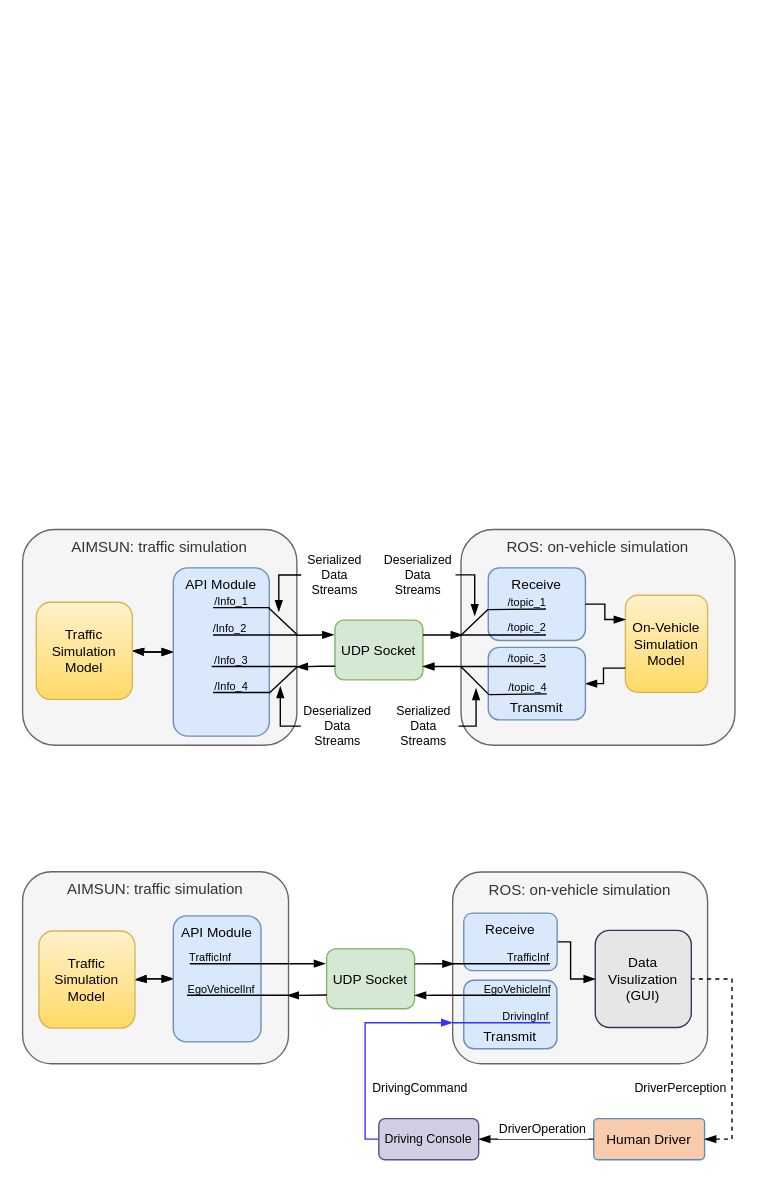
Earlier version of the draw.io diagram page "Page-1" (1 of 2) of 2021_MECC_Gao_ ROS AIMSUN Bridge/ROS_AIMSUN_Bridge.drawio (LimingGao/draw_io). Source tidied: cells renumbered, new cells numbered last; positions are measured from the earlier drawing's top-left corner, leaving out a move shared by most shapes. Both pictures are drawn from the tidied source at 137%, with x=0, y=0 at pixel (22, 529). Pictures stored in the file or linked from it are replaced by grey dashed boxes.
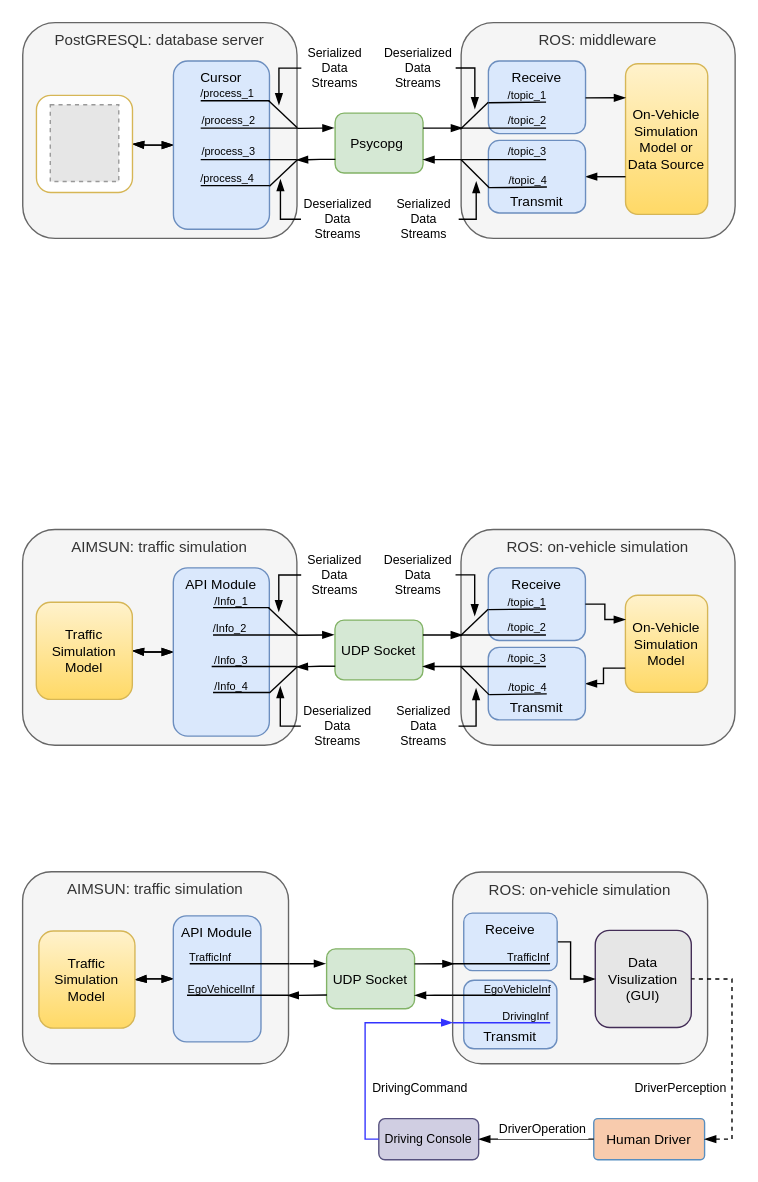
Above is the later version.

The edit, as a diff of the source:
```diff
@@
+    <mxCell id="79" value="PostGRESQL: database server" style="rounded=1;align=center;verticalAlign=top;fontSize=11;fontStyle=0;strokeColor=#666666;fillColor=#f5f5f5;fontColor=#333333;glass=0;" parent="1" vertex="1">
+      <mxGeometry x="0.1" y="-370" width="200.2" height="157.5" as="geometry" />
+    </mxCell>
+    <mxCell id="80" style="edgeStyle=orthogonalEdgeStyle;rounded=0;jettySize=auto;endArrow=blockThin;endFill=1;startArrow=blockThin;startFill=1;" parent="1" edge="1" source="82" target="83">
+      <mxGeometry relative="1" as="geometry" />
+    </mxCell>
+    <mxCell id="81" style="edgeStyle=orthogonalEdgeStyle;rounded=0;jettySize=auto;startArrow=blockThin;startFill=1;endArrow=blockThin;endFill=1;strokeWidth=1;" parent="1" edge="1" source="82" target="83">
+      <mxGeometry relative="1" as="geometry" />
+    </mxCell>
+    <mxCell id="82" value="Cursor" style="rounded=1;align=center;verticalAlign=top;fontSize=10;fontStyle=0;fillColor=#dae8fc;strokeColor=#6c8ebf;" parent="1" vertex="1">
+      <mxGeometry x="110.1" y="-342" width="70.1" height="122.8" as="geometry" />
+    </mxCell>
+    <mxCell id="83" style="rounded=1;align=center;verticalAlign=middle;fontSize=10;fontStyle=0;fillColor=#FFFFFF;strokeColor=#d6b656;gradientColor=none;" parent="1" vertex="1">
+      <mxGeometry x="10.1" y="-316.9" width="70.1" height="70.9" as="geometry" />
+    </mxCell>
+    <mxCell id="84" value="Psycopg " style="rounded=1;align=center;verticalAlign=middle;fillColor=#d5e8d4;strokeColor=#82b366;fontSize=10;fontStyle=0;" parent="1" vertex="1">
+      <mxGeometry x="228.1" y="-303.9" width="64.2" height="43.7" as="geometry" />
+    </mxCell>
+    <mxCell id="85" value="ROS: middleware" style="rounded=1;align=center;verticalAlign=top;fontSize=11;fontStyle=0;strokeColor=#666666;fillColor=#f5f5f5;fontColor=#333333;glass=0;" parent="1" vertex="1">
+      <mxGeometry x="320.1" y="-370" width="200" height="157.5" as="geometry" />
+    </mxCell>
+    <mxCell id="86" value="Receive" style="rounded=1;align=center;verticalAlign=top;fontSize=10;fontStyle=0;fillColor=#dae8fc;strokeColor=#6c8ebf;" parent="1" vertex="1">
+      <mxGeometry x="340" y="-342" width="70.9" height="53" as="geometry" />
+    </mxCell>
+    <mxCell id="87" value="On-Vehicle &#10;Simulation&#10;Model or &#10;Data Source" style="rounded=1;align=center;verticalAlign=middle;fontSize=10;fontStyle=0;fillColor=#fff2cc;strokeColor=#d6b656;gradientColor=#ffd966;" parent="1" vertex="1">
+      <mxGeometry x="440.1" y="-340" width="60" height="110" as="geometry" />
+    </mxCell>
+    <mxCell id="88" style="rounded=0;jettySize=auto;startArrow=blockThin;startFill=1;endArrow=none;endFill=0;strokeWidth=1;entryX=1.003;entryY=0.49;entryDx=0;entryDy=0;exitX=-0.012;exitY=0.247;exitDx=0;exitDy=0;exitPerimeter=0;entryPerimeter=0;" parent="1" edge="1" source="84" target="79">
+      <mxGeometry relative="1" as="geometry" />
+    </mxCell>
+    <mxCell id="89" style="rounded=0;jettySize=auto;startArrow=blockThin;startFill=1;endArrow=none;endFill=0;strokeWidth=1;entryX=1;entryY=0.25;entryDx=0;entryDy=0;" parent="1" edge="1" target="84">
+      <mxGeometry relative="1" as="geometry">
+        <mxPoint x="321.1" y="-293" as="sourcePoint" />
+      </mxGeometry>
+    </mxCell>
+    <mxCell id="90" style="edgeStyle=orthogonalEdgeStyle;rounded=0;jettySize=auto;startArrow=none;startFill=0;endArrow=blockThin;endFill=1;strokeWidth=1;entryX=1;entryY=0.5;entryDx=0;entryDy=0;exitX=0;exitY=0.75;exitDx=0;exitDy=0;" parent="1" edge="1" source="87" target="115">
+      <mxGeometry relative="1" as="geometry">
+        <Array as="points">
+          <mxPoint x="430" y="-258" />
+          <mxPoint x="430" y="-258" />
+        </Array>
+      </mxGeometry>
+    </mxCell>
+    <mxCell id="91" style="edgeStyle=orthogonalEdgeStyle;rounded=0;orthogonalLoop=1;jettySize=auto;startArrow=none;startFill=0;endArrow=none;endFill=0;strokeWidth=1;" parent="1" edge="1">
+      <mxGeometry relative="1" as="geometry">
+        <mxPoint x="382.1" y="-293" as="sourcePoint" />
+        <mxPoint x="320.1" y="-293" as="targetPoint" />
+      </mxGeometry>
+    </mxCell>
+    <mxCell id="92" value="/topic_2" style="edgeLabel;align=center;verticalAlign=middle;fontSize=8;labelBackgroundColor=none;" parent="91" vertex="1">
+      <mxGeometry x="-0.2" y="2" relative="1" as="geometry">
+        <mxPoint x="11" y="-8" as="offset" />
+      </mxGeometry>
+    </mxCell>
+    <mxCell id="93" style="rounded=0;orthogonalLoop=1;jettySize=auto;startArrow=none;startFill=0;endArrow=none;endFill=0;strokeWidth=1;" parent="1" edge="1">
+      <mxGeometry relative="1" as="geometry">
+        <mxPoint x="382.1" y="-312" as="sourcePoint" />
+        <mxPoint x="340.1" y="-311.5" as="targetPoint" />
+      </mxGeometry>
+    </mxCell>
+    <mxCell id="94" value="/topic_1" style="edgeLabel;align=center;verticalAlign=middle;fontSize=8;labelBackgroundColor=none;" parent="93" vertex="1">
+      <mxGeometry x="-0.2" y="2" relative="1" as="geometry">
+        <mxPoint x="2.9" y="-7.5" as="offset" />
+      </mxGeometry>
+    </mxCell>
+    <mxCell id="95" style="rounded=0;jettySize=auto;startArrow=none;startFill=0;endArrow=none;endFill=0;strokeWidth=1;entryX=-0.003;entryY=0.494;entryDx=0;entryDy=0;exitX=-0.001;exitY=0.569;exitDx=0;exitDy=0;entryPerimeter=0;exitPerimeter=0;" parent="1" edge="1" source="86" target="85">
+      <mxGeometry relative="1" as="geometry" />
+    </mxCell>
+    <mxCell id="96" style="edgeStyle=orthogonalEdgeStyle;rounded=0;jettySize=auto;startArrow=none;startFill=0;endArrow=blockThin;endFill=1;strokeWidth=1;entryX=0.999;entryY=0.776;entryDx=0;entryDy=0;entryPerimeter=0;" parent="1" edge="1" target="84">
+      <mxGeometry relative="1" as="geometry">
+        <mxPoint x="320.1" y="-270" as="sourcePoint" />
+        <Array as="points">
+          <mxPoint x="307.1" y="-270" />
+        </Array>
+      </mxGeometry>
+    </mxCell>
+    <mxCell id="97" style="edgeStyle=orthogonalEdgeStyle;rounded=0;jettySize=auto;startArrow=none;startFill=0;endArrow=blockThin;endFill=1;strokeWidth=1;entryX=0.998;entryY=0.637;entryDx=0;entryDy=0;entryPerimeter=0;exitX=0.003;exitY=0.771;exitDx=0;exitDy=0;exitPerimeter=0;" parent="1" edge="1" source="84" target="79">
+      <mxGeometry relative="1" as="geometry">
+        <Array as="points">
+          <mxPoint x="217.1" y="-270" />
+        </Array>
+      </mxGeometry>
+    </mxCell>
+    <mxCell id="98" style="edgeStyle=orthogonalEdgeStyle;rounded=0;orthogonalLoop=1;jettySize=auto;startArrow=none;startFill=0;endArrow=none;endFill=0;strokeWidth=1;" parent="1" edge="1">
+      <mxGeometry relative="1" as="geometry">
+        <mxPoint x="201.1" y="-293" as="sourcePoint" />
+        <mxPoint x="130" y="-293" as="targetPoint" />
+        <Array as="points">
+          <mxPoint x="179.1" y="-293" />
+          <mxPoint x="179.1" y="-293" />
+        </Array>
+      </mxGeometry>
+    </mxCell>
+    <mxCell id="99" value="/process_2" style="edgeLabel;align=center;verticalAlign=middle;fontSize=8;labelBackgroundColor=none;" parent="98" vertex="1">
+      <mxGeometry x="-0.2" y="2" relative="1" as="geometry">
+        <mxPoint x="-23" y="-8" as="offset" />
+      </mxGeometry>
+    </mxCell>
+    <mxCell id="100" style="rounded=0;orthogonalLoop=1;jettySize=auto;startArrow=none;startFill=0;endArrow=none;endFill=0;strokeWidth=1;entryX=-0.003;entryY=0.494;entryDx=0;entryDy=0;exitX=0.001;exitY=0.255;exitDx=0;exitDy=0;entryPerimeter=0;exitPerimeter=0;" parent="1" edge="1">
+      <mxGeometry relative="1" as="geometry">
+        <mxPoint x="200.8" y="-270" as="sourcePoint" />
+        <mxPoint x="180.2" y="-250.6" as="targetPoint" />
+      </mxGeometry>
+    </mxCell>
+    <mxCell id="101" style="rounded=0;jettySize=auto;startArrow=none;startFill=0;endArrow=none;endFill=0;strokeWidth=1;exitX=0.001;exitY=0.255;exitDx=0;exitDy=0;exitPerimeter=0;entryX=0.992;entryY=0.237;entryDx=0;entryDy=0;entryPerimeter=0;" parent="1" edge="1" target="82">
+      <mxGeometry relative="1" as="geometry">
+        <mxPoint x="200.3" y="-293.4" as="sourcePoint" />
+      </mxGeometry>
+    </mxCell>
+    <mxCell id="102" style="edgeStyle=orthogonalEdgeStyle;rounded=0;orthogonalLoop=1;jettySize=auto;startArrow=none;startFill=0;endArrow=none;endFill=0;strokeWidth=1;" parent="1" edge="1">
+      <mxGeometry relative="1" as="geometry">
+        <mxPoint x="159.1" y="-313" as="sourcePoint" />
+        <mxPoint x="130" y="-313" as="targetPoint" />
+        <Array as="points">
+          <mxPoint x="180.2" y="-313" />
+          <mxPoint x="180.2" y="-313" />
+        </Array>
+      </mxGeometry>
+    </mxCell>
+    <mxCell id="103" value="/process_1" style="edgeLabel;align=center;verticalAlign=middle;fontSize=8;labelBackgroundColor=none;" parent="102" vertex="1">
+      <mxGeometry x="-0.2" y="2" relative="1" as="geometry">
+        <mxPoint x="-23" y="-8" as="offset" />
+      </mxGeometry>
+    </mxCell>
+    <mxCell id="104" style="edgeStyle=orthogonalEdgeStyle;rounded=0;orthogonalLoop=1;jettySize=auto;startArrow=none;startFill=0;endArrow=none;endFill=0;strokeWidth=1;" parent="1" edge="1">
+      <mxGeometry relative="1" as="geometry">
+        <mxPoint x="200.1" y="-270" as="sourcePoint" />
+        <mxPoint x="130" y="-270" as="targetPoint" />
+        <Array as="points">
+          <mxPoint x="178.1" y="-270" />
+          <mxPoint x="178.1" y="-270" />
+        </Array>
+      </mxGeometry>
+    </mxCell>
+    <mxCell id="105" value="/process_3" style="edgeLabel;align=center;verticalAlign=middle;fontSize=8;labelBackgroundColor=none;" parent="104" vertex="1">
+      <mxGeometry x="-0.2" y="2" relative="1" as="geometry">
+        <mxPoint x="-22" y="-8" as="offset" />
+      </mxGeometry>
+    </mxCell>
+    <mxCell id="106" style="edgeStyle=orthogonalEdgeStyle;rounded=0;orthogonalLoop=1;jettySize=auto;startArrow=none;startFill=0;endArrow=none;endFill=0;strokeWidth=1;" parent="1" edge="1">
+      <mxGeometry relative="1" as="geometry">
+        <mxPoint x="159.1" y="-251" as="sourcePoint" />
+        <mxPoint x="130" y="-251" as="targetPoint" />
+        <Array as="points">
+          <mxPoint x="180.2" y="-251" />
+          <mxPoint x="180.2" y="-251" />
+        </Array>
+      </mxGeometry>
+    </mxCell>
+    <mxCell id="107" value="/process_4" style="edgeLabel;align=center;verticalAlign=middle;fontSize=8;labelBackgroundColor=none;" parent="106" vertex="1">
+      <mxGeometry x="-0.2" y="2" relative="1" as="geometry">
+        <mxPoint x="-23" y="-8" as="offset" />
+      </mxGeometry>
+    </mxCell>
+    <mxCell id="108" value="Serialized&#10;Data &#10;Streams" style="text;align=center;verticalAlign=middle;points=[];fillColor=none;strokeColor=none;rounded=0;labelBackgroundColor=none;fontSize=9;" parent="1" vertex="1">
+      <mxGeometry x="203.2" y="-356.9" width="50" height="40" as="geometry" />
+    </mxCell>
+    <mxCell id="109" style="edgeStyle=orthogonalEdgeStyle;rounded=0;jettySize=auto;startArrow=blockThin;startFill=1;endArrow=none;endFill=0;strokeWidth=1;entryX=0.005;entryY=0.502;entryDx=0;entryDy=0;entryPerimeter=0;" parent="1" edge="1" target="108">
+      <mxGeometry relative="1" as="geometry">
+        <mxPoint x="187.1" y="-310" as="sourcePoint" />
+        <Array as="points">
+          <mxPoint x="187.1" y="-310" />
+          <mxPoint x="187.1" y="-355" />
+        </Array>
+      </mxGeometry>
+    </mxCell>
+    <mxCell id="110" style="edgeStyle=orthogonalEdgeStyle;rounded=0;jettySize=auto;startArrow=blockThin;startFill=1;endArrow=none;endFill=0;strokeWidth=1;entryX=0;entryY=0.5;entryDx=0;entryDy=0;" parent="1" edge="1" target="114">
+      <mxGeometry relative="1" as="geometry">
+        <mxPoint x="188.2" y="-255.5" as="sourcePoint" />
+        <Array as="points">
+          <mxPoint x="188.1" y="-227" />
+          <mxPoint x="203.1" y="-227" />
+        </Array>
+      </mxGeometry>
+    </mxCell>
+    <mxCell id="111" value="Serialized&#10;Data &#10;Streams" style="text;align=center;verticalAlign=middle;points=[];fillColor=none;strokeColor=none;rounded=0;labelBackgroundColor=none;fontSize=9;" parent="1" vertex="1">
+      <mxGeometry x="268.1" y="-246.5" width="50" height="40" as="geometry" />
+    </mxCell>
+    <mxCell id="112" style="edgeStyle=orthogonalEdgeStyle;rounded=0;jettySize=auto;startArrow=blockThin;startFill=1;endArrow=none;endFill=0;strokeWidth=1;entryX=1;entryY=0.5;entryDx=0;entryDy=0;" parent="1" edge="1" target="113">
+      <mxGeometry relative="1" as="geometry">
+        <mxPoint x="330.1" y="-307" as="sourcePoint" />
+        <Array as="points">
+          <mxPoint x="330.1" y="-336" />
+        </Array>
+      </mxGeometry>
+    </mxCell>
+    <mxCell id="113" value="Deserialized&#10;Data&#10;Streams" style="rounded=1;align=center;verticalAlign=middle;fontSize=9;fontStyle=0;fillColor=none;strokeColor=none;" parent="1" vertex="1">
+      <mxGeometry x="261.9" y="-356.3" width="54.2" height="38.8" as="geometry" />
+    </mxCell>
+    <mxCell id="114" value="Deserialized&#10;Data&#10;Streams" style="rounded=1;align=center;verticalAlign=middle;fontSize=9;fontStyle=0;fillColor=none;strokeColor=none;" parent="1" vertex="1">
+      <mxGeometry x="203.2" y="-245.9" width="54.2" height="38.8" as="geometry" />
+    </mxCell>
+    <mxCell id="115" value="Transmit" style="rounded=1;align=center;verticalAlign=bottom;fontSize=10;fontStyle=0;fillColor=#dae8fc;strokeColor=#6c8ebf;" parent="1" vertex="1">
+      <mxGeometry x="340" y="-284" width="70.9" height="53" as="geometry" />
+    </mxCell>
+    <mxCell id="116" style="edgeStyle=orthogonalEdgeStyle;rounded=0;orthogonalLoop=1;jettySize=auto;startArrow=none;startFill=0;endArrow=none;endFill=0;strokeWidth=1;" parent="1" edge="1">
+      <mxGeometry relative="1" as="geometry">
+        <mxPoint x="382.1" y="-270" as="sourcePoint" />
+        <mxPoint x="320.1" y="-270" as="targetPoint" />
+      </mxGeometry>
+    </mxCell>
+    <mxCell id="117" value="/topic_3" style="edgeLabel;align=center;verticalAlign=middle;fontSize=8;labelBackgroundColor=none;" parent="116" vertex="1">
+      <mxGeometry x="-0.2" y="2" relative="1" as="geometry">
+        <mxPoint x="11" y="-8" as="offset" />
+      </mxGeometry>
+    </mxCell>
+    <mxCell id="118" style="rounded=0;orthogonalLoop=1;jettySize=auto;startArrow=none;startFill=0;endArrow=none;endFill=0;strokeWidth=1;" parent="1" edge="1">
+      <mxGeometry relative="1" as="geometry">
+        <mxPoint x="382.7" y="-250" as="sourcePoint" />
+        <mxPoint x="340.7" y="-249.5" as="targetPoint" />
+      </mxGeometry>
+    </mxCell>
+    <mxCell id="119" value="/topic_4" style="edgeLabel;align=center;verticalAlign=middle;fontSize=8;labelBackgroundColor=none;" parent="118" vertex="1">
+      <mxGeometry x="-0.2" y="2" relative="1" as="geometry">
+        <mxPoint x="2.9" y="-7.5" as="offset" />
+      </mxGeometry>
+    </mxCell>
+    <mxCell id="120" style="rounded=0;jettySize=auto;startArrow=none;startFill=0;endArrow=none;endFill=0;strokeWidth=1;exitX=0.001;exitY=0.255;exitDx=0;exitDy=0;exitPerimeter=0;entryX=0;entryY=0.636;entryDx=0;entryDy=0;entryPerimeter=0;" parent="1" edge="1" target="85">
+      <mxGeometry relative="1" as="geometry">
+        <mxPoint x="340.8" y="-249.3" as="sourcePoint" />
+      </mxGeometry>
+    </mxCell>
+    <mxCell id="121" style="edgeStyle=orthogonalEdgeStyle;rounded=0;jettySize=auto;startArrow=blockThin;startFill=1;endArrow=none;endFill=0;strokeWidth=1;entryX=1.004;entryY=0.5;entryDx=0;entryDy=0;entryPerimeter=0;" parent="1" edge="1" target="111">
+      <mxGeometry relative="1" as="geometry">
+        <mxPoint x="331.1" y="-254" as="sourcePoint" />
+        <Array as="points">
+          <mxPoint x="331.1" y="-227" />
+          <mxPoint x="318.1" y="-227" />
+        </Array>
+      </mxGeometry>
+    </mxCell>
+    <mxCell id="122" style="edgeStyle=orthogonalEdgeStyle;rounded=0;jettySize=auto;startArrow=none;startFill=0;endArrow=blockThin;endFill=1;strokeWidth=1;entryX=0;entryY=0.226;entryDx=0;entryDy=0;exitX=1;exitY=0.5;exitDx=0;exitDy=0;entryPerimeter=0;" parent="1" edge="1" source="86" target="87">
+      <mxGeometry relative="1" as="geometry">
+        <Array as="points">
+          <mxPoint x="440" y="-315" />
+        </Array>
+      </mxGeometry>
+    </mxCell>
+    <mxCell id="123" style="fillColor=#E6E6E6;strokeColor=#999999;dashed=1;verticalLabelPosition=bottom;verticalAlign=top;" parent="1" vertex="1">
+      <mxGeometry x="20.2" y="-310" width="50" height="56" as="geometry" />
+    </mxCell>
```
